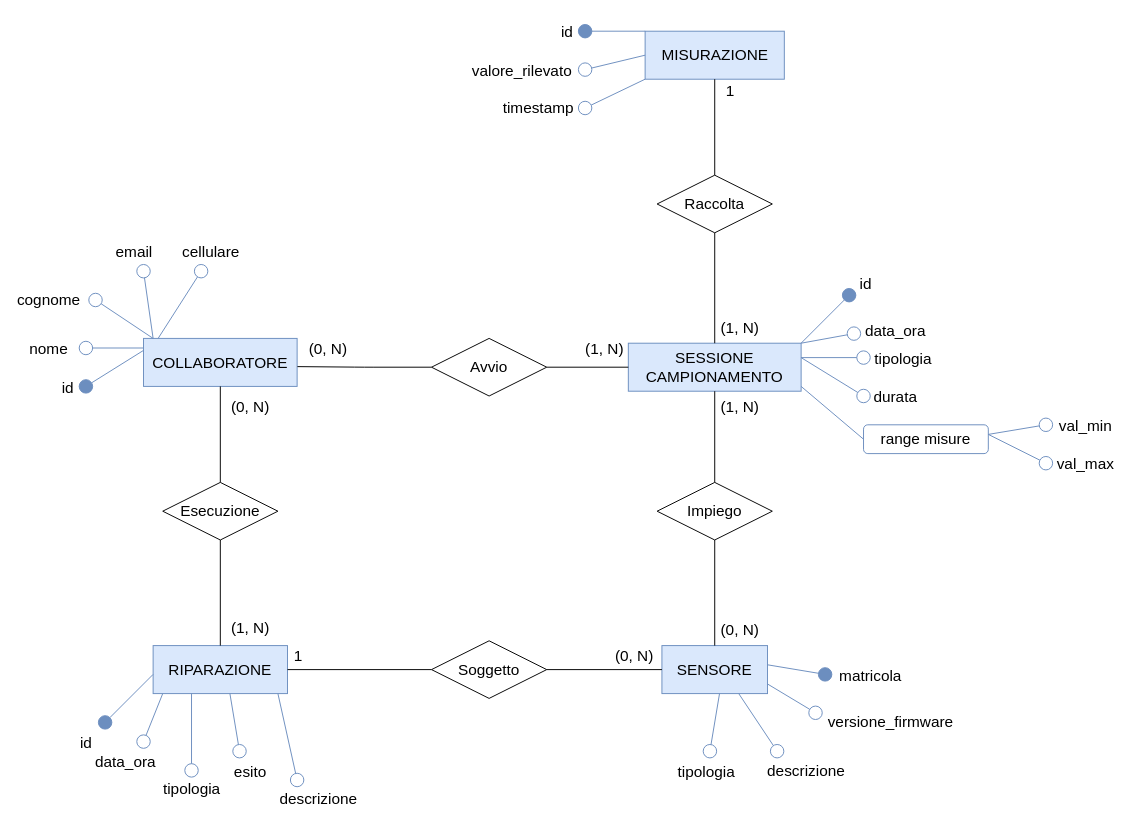
Before: page "Diag. Monitoraggio" (4 of 6) of diagramma-er.drawio in faffolao/ProgettoBD2022, a draw.io diagram. Source tidied: cells renumbered, new cells numbered last; positions are measured from the earlier drawing's top-left corner, leaving out a move shared by most shapes. Both pictures are drawn from the tidied source at 96%, with x=0, y=0 at pixel (85, 31).
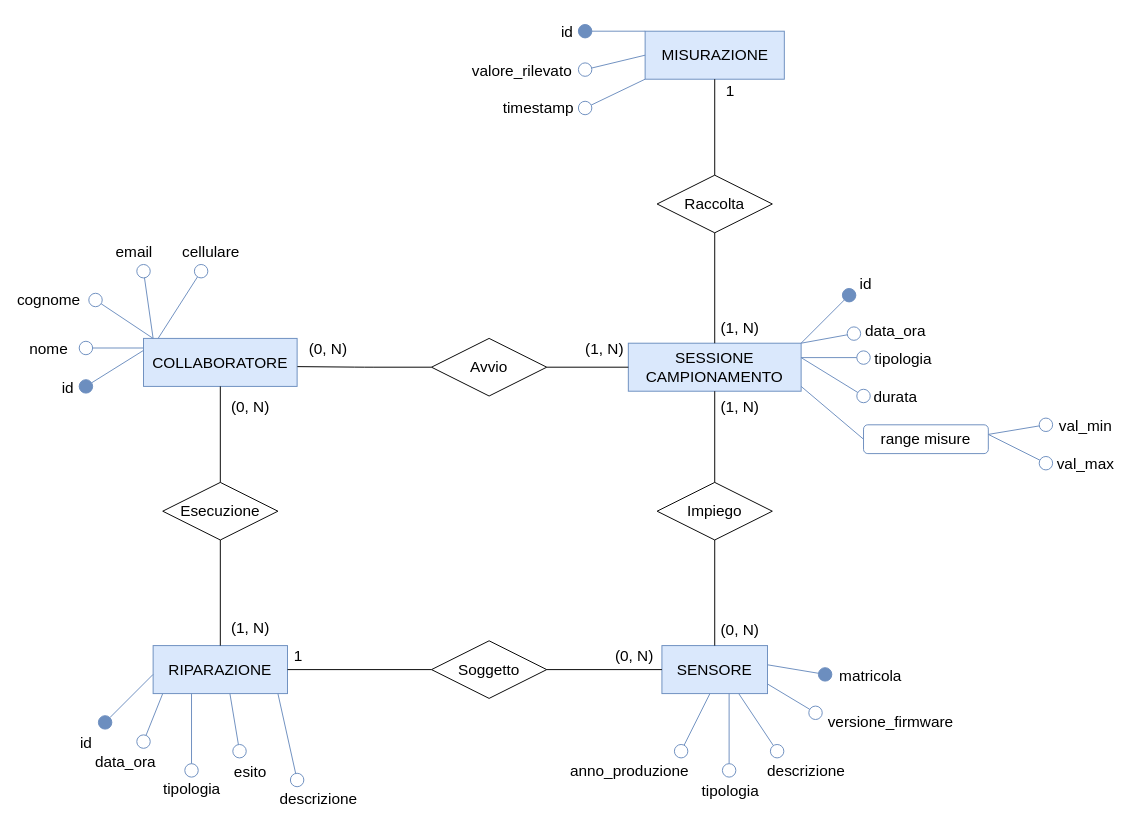
The same page after the edit.

What changed in the source:
```diff
@@
     <mxCell id="36" style="endArrow=none;html=1;strokeColor=#6c8ebf;strokeWidth=1;fontSize=12;startSize=14;endSize=14;startArrow=oval;startFill=0;fillColor=#dae8fc;" parent="1" edge="1">
       <mxGeometry relative="1" as="geometry">
-        <mxPoint x="650" y="750" as="sourcePoint" />
-        <mxPoint x="660" y="690" as="targetPoint" />
+        <mxPoint x="670" y="770" as="sourcePoint" />
+        <mxPoint x="670" y="690" as="targetPoint" />
       </mxGeometry>
     </mxCell>
     <mxCell id="37" value="tipologia" style="edgeLabel;html=1;align=center;verticalAlign=middle;fontSize=16;" parent="36" vertex="1">
       <mxGeometry x="0.65" y="-2" relative="1" as="geometry">
-        <mxPoint x="-15" y="69" as="offset" />
+        <mxPoint x="-2" y="86" as="offset" />
       </mxGeometry>
     </mxCell>
@@
+    <mxCell id="80" style="endArrow=none;html=1;strokeColor=#6c8ebf;strokeWidth=1;fontSize=12;startSize=14;endSize=14;startArrow=oval;startFill=0;fillColor=#dae8fc;" parent="1" edge="1">
+      <mxGeometry relative="1" as="geometry">
+        <mxPoint x="620" y="750" as="sourcePoint" />
+        <mxPoint x="650" y="690" as="targetPoint" />
+      </mxGeometry>
+    </mxCell>
+    <mxCell id="81" value="anno_produzione" style="edgeLabel;html=1;align=center;verticalAlign=middle;fontSize=16;" parent="80" vertex="1">
+      <mxGeometry x="0.65" y="-2" relative="1" as="geometry">
+        <mxPoint x="-81" y="68" as="offset" />
+      </mxGeometry>
+    </mxCell>
```
